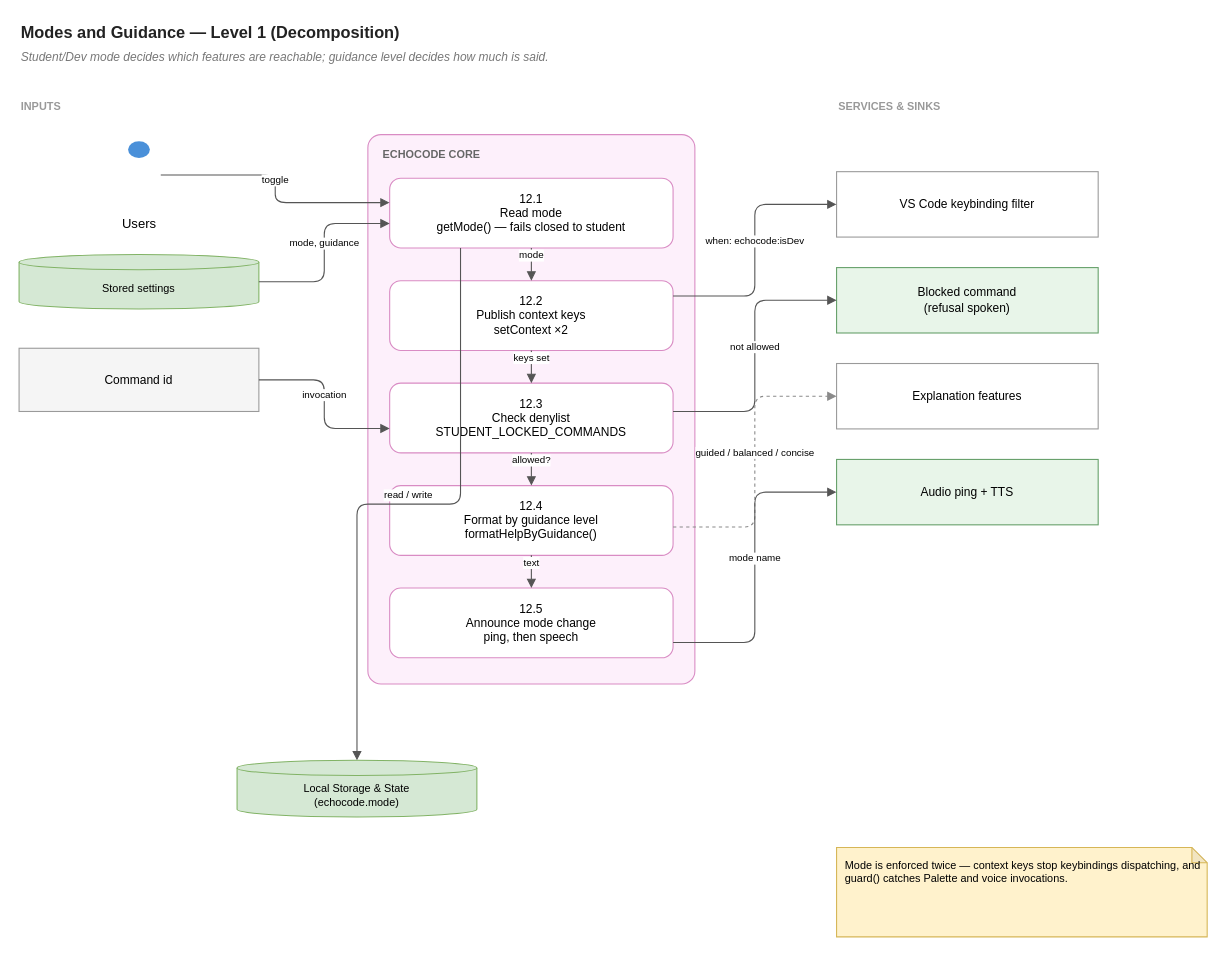
This is page "Level 1 — Decomposition" (2 of 2) of wiki/diagrams/12-modes-guidance.drawio from hpcclab/EchoCode, a draw.io file, before an edit. Source tidied: cells renumbered, new cells numbered last; positions are measured from the earlier drawing's top-left corner, leaving out a move shared by most shapes. Both pictures are drawn from the tidied source at 109%, with x=0, y=0 at pixel (19, 19).
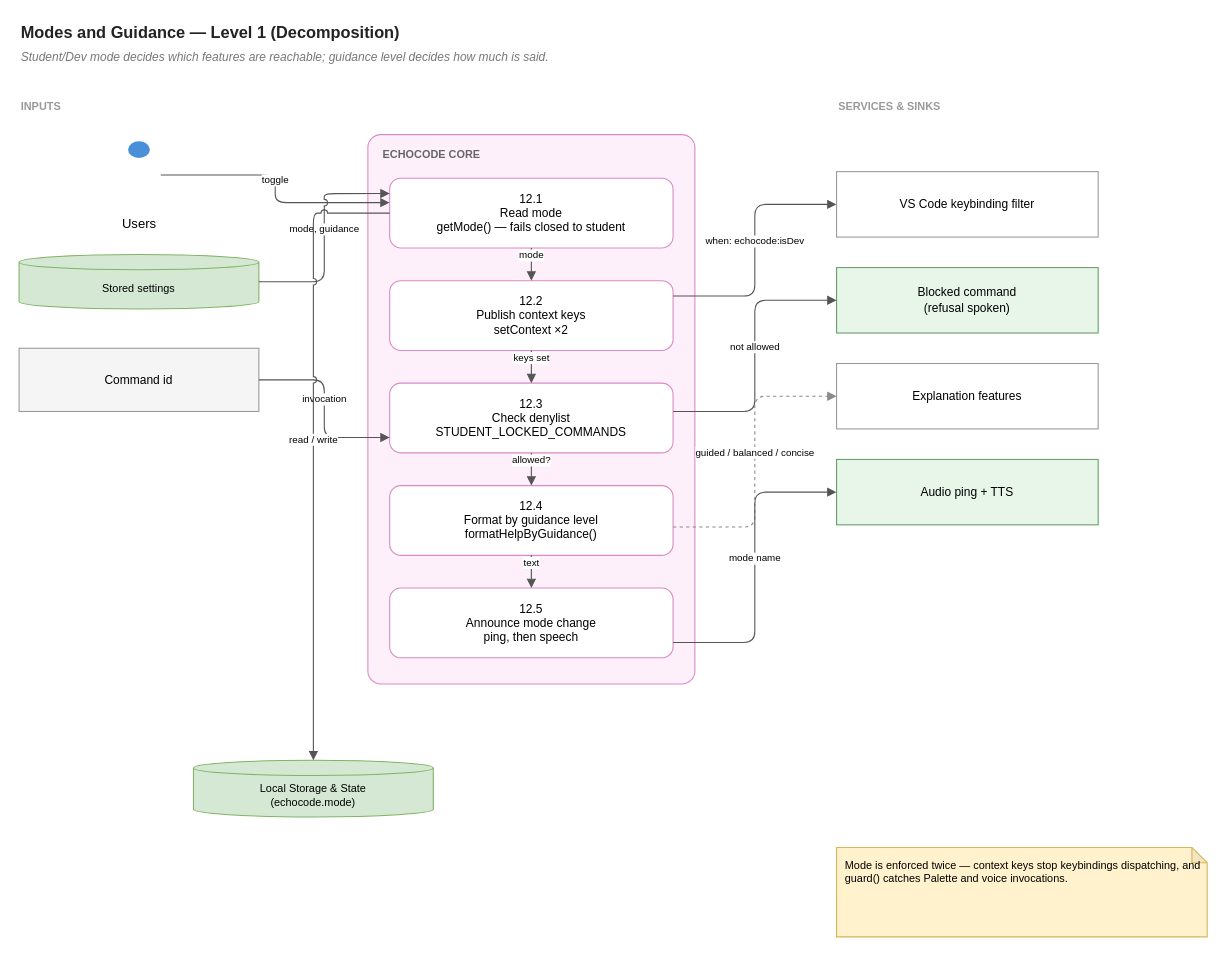
Above is the later version.

Unchanged cells that the change refers to:
```xml
<mxCell id="7" value="12.1&#10;Read mode&#10;getMode() — fails closed to student" style="rounded=1;whiteSpace=wrap;html=1;fillColor=#ffffff;strokeColor=#d98cc4;fontSize=11;arcSize=16;" parent="6" vertex="1">
  <mxGeometry x="20" y="40" width="260" height="64" as="geometry" />
</mxCell>
<mxCell id="9" value="12.3&#10;Check denylist&#10;STUDENT_LOCKED_COMMANDS" style="rounded=1;whiteSpace=wrap;html=1;fillColor=#ffffff;strokeColor=#d98cc4;fontSize=11;arcSize=16;" parent="6" vertex="1">
  <mxGeometry x="20" y="228" width="260" height="64" as="geometry" />
</mxCell>
<mxCell id="13" value="Stored settings" style="shape=cylinder3;boundedLbl=1;backgroundOutline=1;size=7;whiteSpace=wrap;html=1;fillColor=#d5e8d4;strokeColor=#82b366;fontSize=10;" parent="1" vertex="1">
  <mxGeometry y="216" width="220" height="50" as="geometry" />
</mxCell>
<mxCell id="14" value="Command id" style="rounded=0;whiteSpace=wrap;html=1;fillColor=#f5f5f5;strokeColor=#9a9a9a;fontSize=11;" parent="1" vertex="1">
  <mxGeometry y="302" width="220" height="58" as="geometry" />
</mxCell>
```

What changed in the source:
```diff
@@
     <mxCell id="19" value="Local Storage &amp; State&#10;(echocode.mode)" style="shape=cylinder3;boundedLbl=1;backgroundOutline=1;size=7;whiteSpace=wrap;html=1;fillColor=#d5e8d4;strokeColor=#82b366;fontSize=10;" parent="1" vertex="1">
-      <mxGeometry x="200" y="680" width="220" height="52" as="geometry" />
+      <mxGeometry x="160" y="680" width="220" height="52" as="geometry" />
     </mxCell>
@@
-    <mxCell id="21" value="mode, guidance" style="edgeStyle=orthogonalEdgeStyle;rounded=1;html=1;endArrow=block;endFill=1;jettySize=auto;jumpStyle=arc;jumpSize=6;fontSize=9;labelBackgroundColor=#ffffff;verticalAlign=bottom;strokeColor=#555555;exitX=1;exitY=0.5;exitDx=0;exitDy=0;entryX=0;entryY=0.65;entryDx=0;entryDy=0;" parent="1" edge="1" source="13" target="7">
+    <mxCell id="21" value="mode, guidance" style="edgeStyle=orthogonalEdgeStyle;rounded=1;html=1;endArrow=block;endFill=1;jettySize=auto;jumpStyle=arc;jumpSize=6;fontSize=9;labelBackgroundColor=#ffffff;verticalAlign=bottom;strokeColor=#555555;exitX=1;exitY=0.5;exitDx=0;exitDy=0;entryX=0;entryY=0.22;entryDx=0;entryDy=0;" parent="1" edge="1" source="13" target="7">
       <mxGeometry relative="1" as="geometry" />
     </mxCell>
-    <mxCell id="22" value="invocation" style="edgeStyle=orthogonalEdgeStyle;rounded=1;html=1;endArrow=block;endFill=1;jettySize=auto;jumpStyle=arc;jumpSize=6;fontSize=9;labelBackgroundColor=#ffffff;verticalAlign=bottom;strokeColor=#555555;exitX=1;exitY=0.5;exitDx=0;exitDy=0;entryX=0;entryY=0.65;entryDx=0;entryDy=0;" parent="1" edge="1" source="14" target="9">
+    <mxCell id="22" value="invocation" style="edgeStyle=orthogonalEdgeStyle;rounded=1;html=1;endArrow=block;endFill=1;jettySize=auto;jumpStyle=arc;jumpSize=6;fontSize=9;labelBackgroundColor=#ffffff;verticalAlign=bottom;strokeColor=#555555;exitX=1;exitY=0.5;exitDx=0;exitDy=0;entryX=0;entryY=0.78;entryDx=0;entryDy=0;" parent="1" edge="1" source="14" target="9">
       <mxGeometry relative="1" as="geometry" />
     </mxCell>
@@
-    <mxCell id="31" value="read / write" style="edgeStyle=orthogonalEdgeStyle;rounded=1;html=1;endArrow=block;endFill=1;jettySize=auto;jumpStyle=arc;jumpSize=6;fontSize=9;labelBackgroundColor=#ffffff;verticalAlign=bottom;strokeColor=#555555;exitX=0.25;exitY=1;exitDx=0;exitDy=0;entryX=0.5;entryY=0;entryDx=0;entryDy=0;" parent="1" edge="1" source="7" target="19">
+    <mxCell id="31" value="read / write" style="edgeStyle=orthogonalEdgeStyle;rounded=1;html=1;endArrow=block;endFill=1;jettySize=auto;jumpStyle=arc;jumpSize=6;fontSize=9;labelBackgroundColor=#ffffff;verticalAlign=bottom;strokeColor=#555555;exitX=0;exitY=0.5;exitDx=0;exitDy=0;entryX=0.5;entryY=0;entryDx=0;entryDy=0;" parent="1" edge="1" source="7" target="19">
       <mxGeometry relative="1" as="geometry" />
     </mxCell>
```
